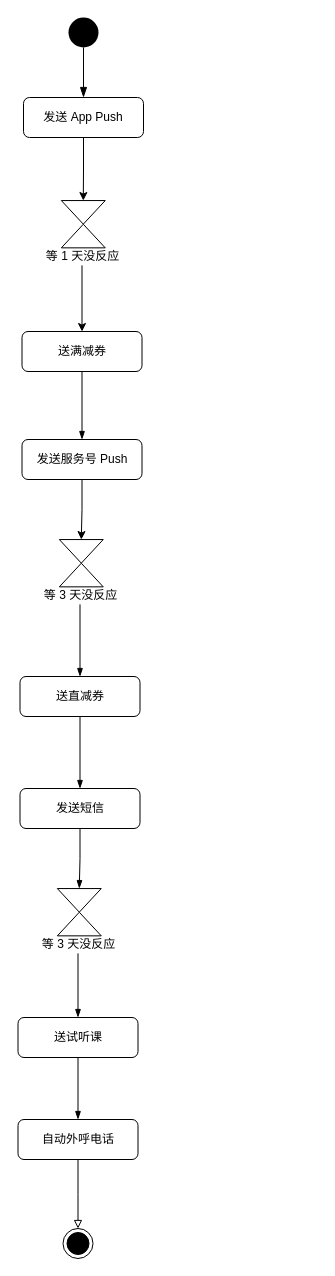
Above: 极客时间快乐大push.drawio in innovatorCL/DiagramsRepo (draw.io), before the change. Source tidied: cells renumbered, new cells numbered last; positions are measured from the earlier drawing's top-left corner, leaving out a move shared by most shapes. Both pictures are drawn from the tidied source at 100%, with x=0, y=0 at pixel (18, 17).
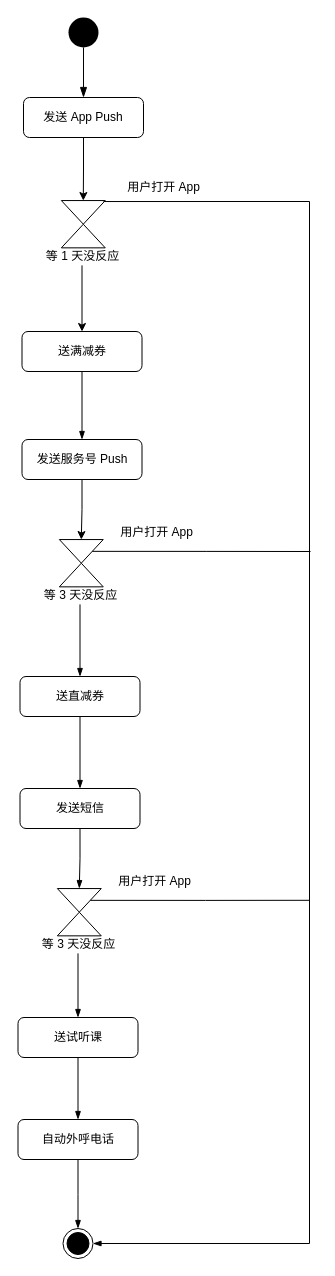
The same page after the edit.

Commit message (it also covers changes not shown here):
Update 极客时间快乐大push.drawio

Unchanged cells that the change refers to:
```xml
<mxCell id="12" value="自动外呼电话" style="rounded=1;whiteSpace=wrap;html=1;fontSize=12;glass=0;strokeWidth=1;shadow=0;" parent="1" vertex="1">
  <mxGeometry x="-0.5" y="1102" width="120" height="40" as="geometry" />
</mxCell>
<mxCell id="13" style="ellipse;html=1;shape=endState;fillColor=#000000;strokeColor=#000000;" parent="1" vertex="1">
  <mxGeometry x="44.5" y="1211" width="30" height="30" as="geometry" />
</mxCell>
<mxCell id="17" style="triangle;whiteSpace=wrap;html=1;rotation=90;" parent="15" vertex="1">
  <mxGeometry x="31" y="-10.1" width="23.6" height="43.9" as="geometry" />
</mxCell>
<mxCell id="21" style="triangle;whiteSpace=wrap;html=1;rotation=90;" parent="19" vertex="1">
  <mxGeometry x="31" y="-10.1" width="23.6" height="43.9" as="geometry" />
</mxCell>
<mxCell id="26" style="triangle;whiteSpace=wrap;html=1;rotation=90;" parent="24" vertex="1">
  <mxGeometry x="31" y="-10.1" width="23.6" height="43.9" as="geometry" />
</mxCell>
```

Change to the diagram source:
```diff
@@
-    <mxCell id="14" style="edgeStyle=elbowEdgeStyle;rounded=0;jettySize=auto;elbow=vertical;html=1;exitX=0.5;exitY=1;exitDx=0;exitDy=0;endArrow=block;endFill=0;strokeWidth=1;" parent="1" edge="1" source="12" target="13">
+    <mxCell id="14" style="edgeStyle=elbowEdgeStyle;rounded=0;jettySize=auto;elbow=vertical;html=1;exitX=0.5;exitY=1;exitDx=0;exitDy=0;endArrow=blockThin;endFill=1;strokeWidth=1;" parent="1" edge="1" source="12" target="13">
       <mxGeometry x="270" y="240" as="geometry" />
     </mxCell>
@@
+    <mxCell id="34" style="edgeStyle=orthogonalEdgeStyle;rounded=0;jettySize=auto;html=1;endArrow=blockThin;endFill=1;entryX=1;entryY=0.5;entryDx=0;entryDy=0;elbow=vertical;exitX=0.042;exitY=0.039;exitDx=0;exitDy=0;exitPerimeter=0;" parent="1" edge="1" source="17" target="13">
+      <mxGeometry relative="1" as="geometry">
+        <Array as="points">
+          <mxPoint x="291" y="184" />
+          <mxPoint x="291" y="1226" />
+        </Array>
+      </mxGeometry>
+    </mxCell>
+    <mxCell id="35" value="用户打开 App" style="text;html=1;align=center;verticalAlign=middle;strokeColor=none;fillColor=none;" parent="1" vertex="1">
+      <mxGeometry x="103" y="161" width="83" height="18" as="geometry" />
+    </mxCell>
+    <mxCell id="36" style="edgeStyle=orthogonalEdgeStyle;rounded=0;jettySize=auto;html=1;endArrow=none;endFill=0;" parent="1" edge="1" source="26">
+      <mxGeometry relative="1" as="geometry">
+        <mxPoint x="292" y="534" as="targetPoint" />
+      </mxGeometry>
+    </mxCell>
+    <mxCell id="37" style="edgeStyle=orthogonalEdgeStyle;rounded=0;jettySize=auto;html=1;endArrow=none;endFill=0;" parent="1" edge="1" source="21">
+      <mxGeometry relative="1" as="geometry">
+        <mxPoint x="291" y="882.8" as="targetPoint" />
+      </mxGeometry>
+    </mxCell>
+    <mxCell id="38" value="用户打开 App" style="text;html=1;align=center;verticalAlign=middle;strokeColor=none;fillColor=none;" parent="1" vertex="1">
+      <mxGeometry x="96" y="506" width="83" height="18" as="geometry" />
+    </mxCell>
+    <mxCell id="39" value="用户打开 App" style="text;html=1;align=center;verticalAlign=middle;strokeColor=none;fillColor=none;" parent="1" vertex="1">
+      <mxGeometry x="94" y="855" width="83" height="18" as="geometry" />
+    </mxCell>
```
